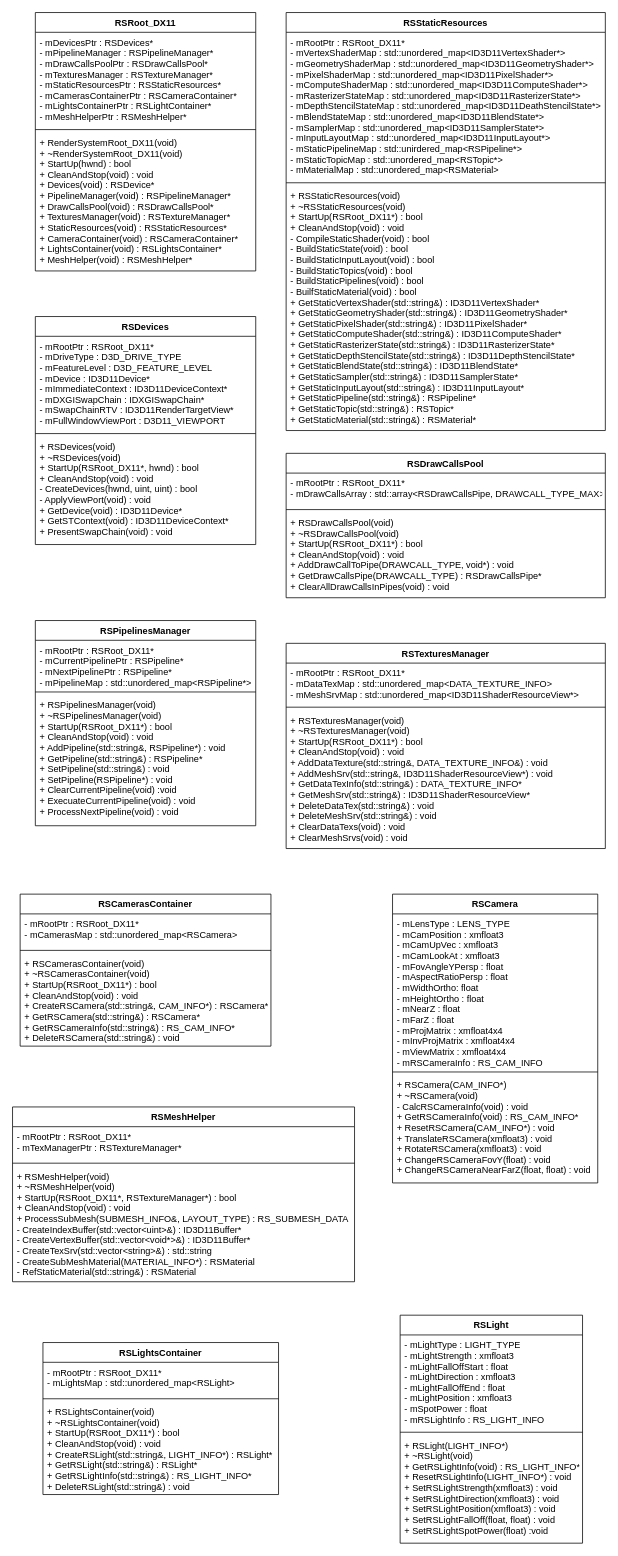
Before: page "Root" (4 of 5) of Render.drawio in HIBICUS-CAI/PreWorkRenderEngine, a draw.io diagram. Source tidied: cells renumbered, new cells numbered last; positions are measured from the earlier drawing's top-left corner, leaving out a move shared by most shapes. Both pictures are drawn from the tidied source at 76%, with x=0, y=0 at pixel (12, 12).
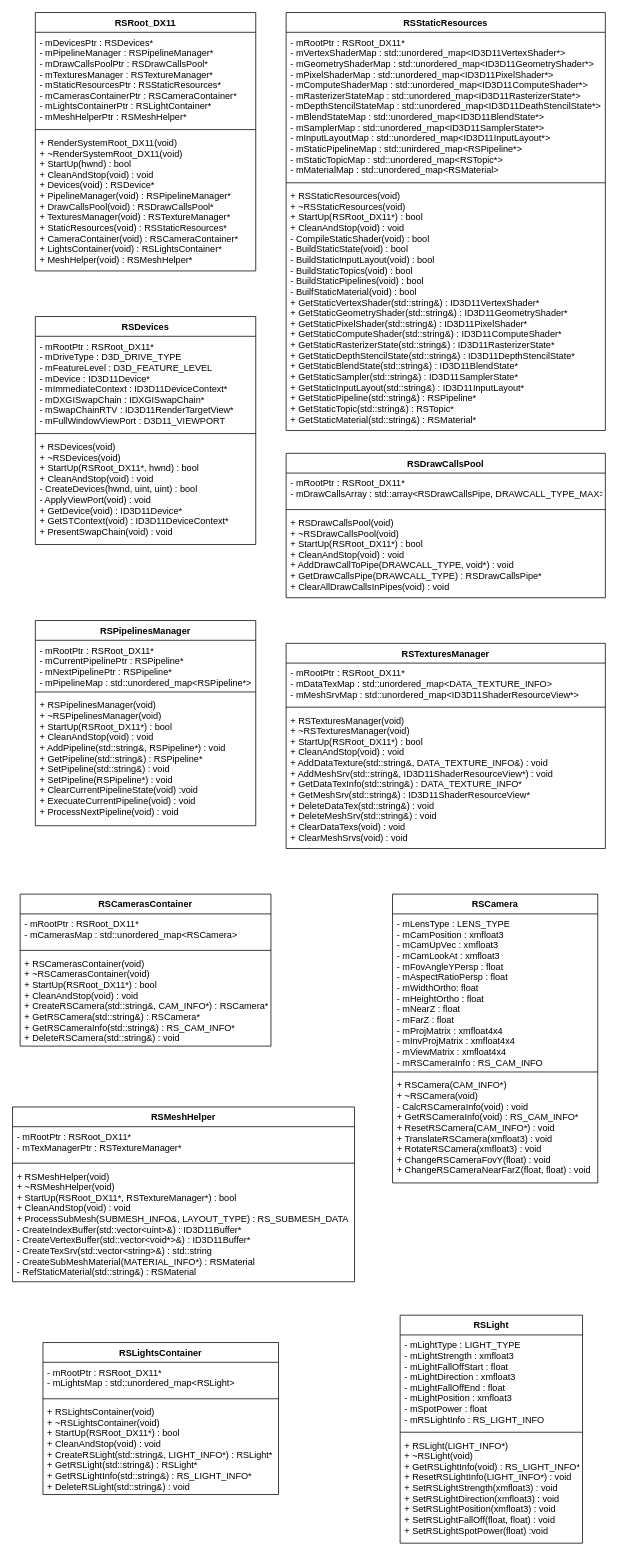
Above is the later version.

The change refers to these unchanged cells:
```xml
<mxCell id="14" value="RSPipelinesManager" style="swimlane;fontStyle=1;align=center;verticalAlign=top;horizontal=1;startSize=26;" parent="1" vertex="1">
  <mxGeometry x="30" y="800" width="290" height="270" as="geometry" />
</mxCell>
```

The edit, as a diff of the source:
```diff
@@
-    <mxCell id="17" value="+ RSPipelinesManager(void)&#10;+ ~RSPipelinesManager(void)&#10;+ StartUp(RSRoot_DX11*) : bool&#10;+ CleanAndStop(void) : void&#10;+ AddPipeline(std::string&amp;, RSPipeline*) : void&#10;+ GetPipeline(std::string&amp;) : RSPipeline*&#10;+ SetPipeline(std::string&amp;) : void&#10;+ SetPipeline(RSPipeline*) : void&#10;+ ClearCurrentPipeline(void) :void&#10;+ ExecuateCurrentPipeline(void) : void&#10;+ ProcessNextPipeline(void) : void" style="text;strokeColor=none;fillColor=none;align=left;verticalAlign=top;spacingLeft=4;spacingRight=4;overflow=hidden;" parent="14" vertex="1">
+    <mxCell id="17" value="+ RSPipelinesManager(void)&#10;+ ~RSPipelinesManager(void)&#10;+ StartUp(RSRoot_DX11*) : bool&#10;+ CleanAndStop(void) : void&#10;+ AddPipeline(std::string&amp;, RSPipeline*) : void&#10;+ GetPipeline(std::string&amp;) : RSPipeline*&#10;+ SetPipeline(std::string&amp;) : void&#10;+ SetPipeline(RSPipeline*) : void&#10;+ ClearCurrentPipelineState(void) :void&#10;+ ExecuateCurrentPipeline(void) : void&#10;+ ProcessNextPipeline(void) : void" style="text;strokeColor=none;fillColor=none;align=left;verticalAlign=top;spacingLeft=4;spacingRight=4;overflow=hidden;" parent="14" vertex="1">
       <mxGeometry y="98" width="290" height="172" as="geometry" />
     </mxCell>
```
